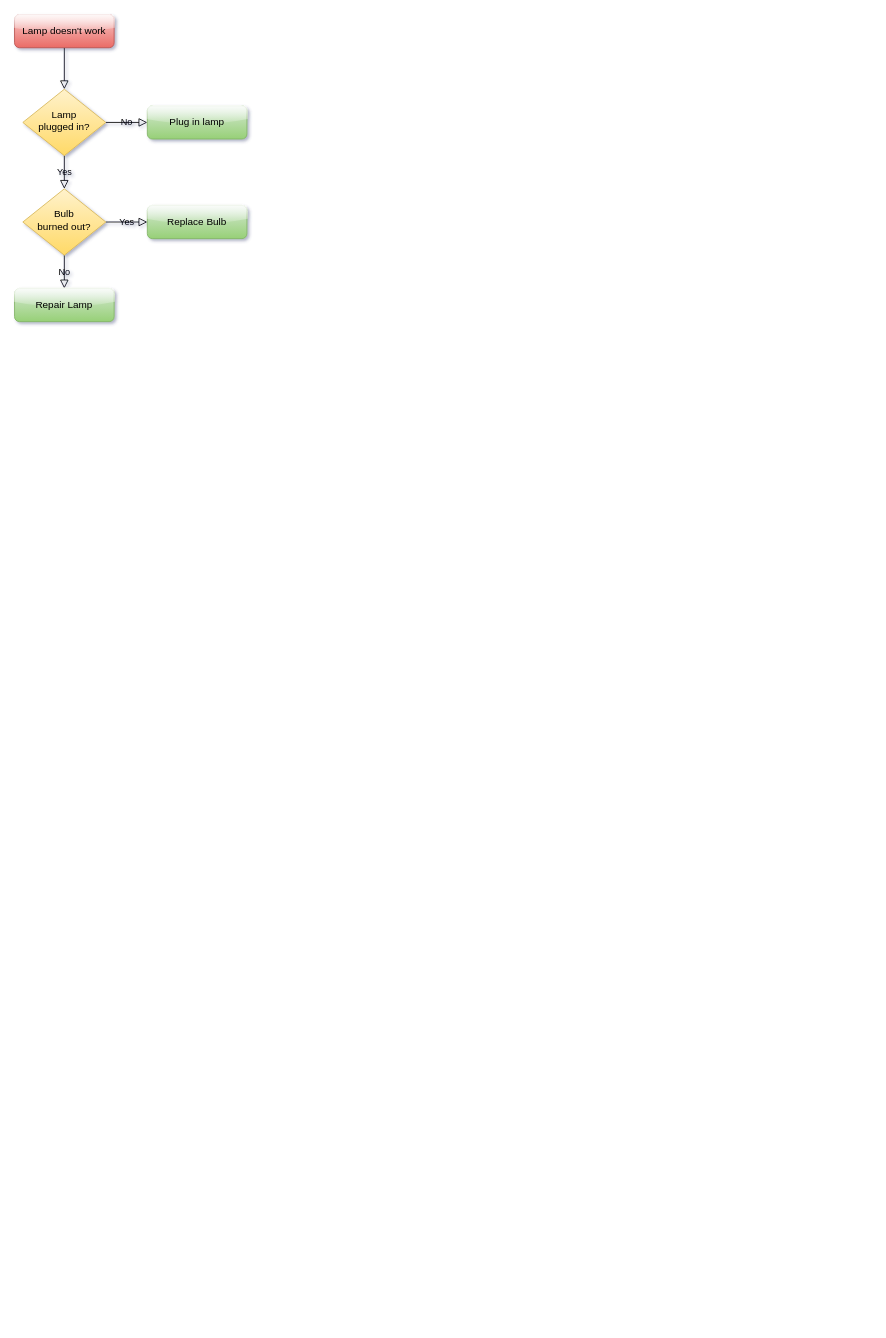
The draw.io diagram Untitled Diagram.drawio in Linkerist/drawio, before the edit. Source tidied: cells renumbered, new cells numbered last; positions are measured from the earlier drawing's top-left corner, leaving out a move shared by most shapes. Both pictures are drawn from the tidied source at 83%, with x=0, y=0 at pixel (14, 14).
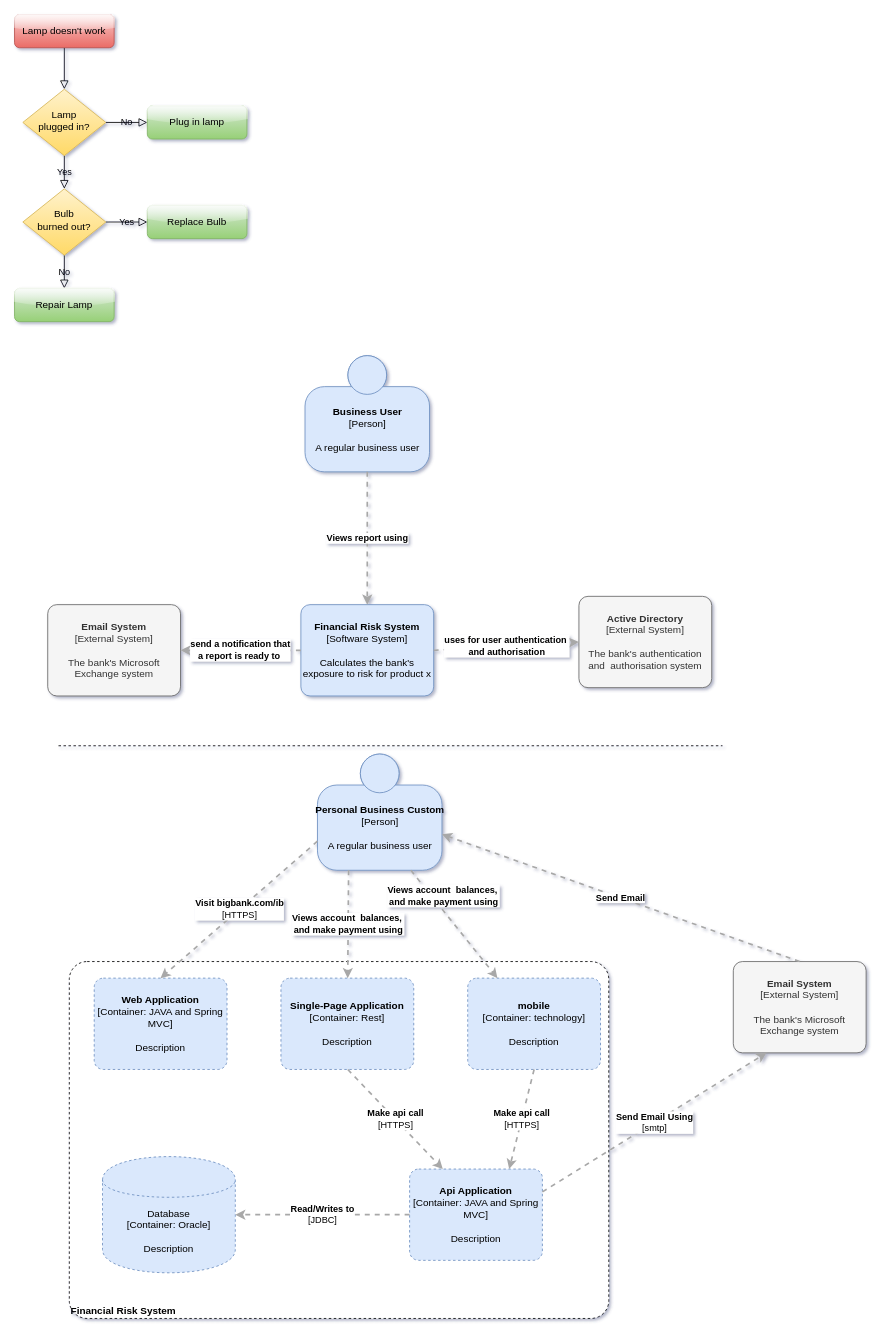
The same diagram, later.

The edit, as a diff of the source:
```diff
@@
+    <mxCell id="13" value="&lt;b&gt;Business User&lt;/b&gt;&lt;br&gt;&lt;div&gt;[Person]&lt;/div&gt;&lt;br&gt;&lt;div&gt;A regular business user&lt;/div&gt;" style="html=1;dashed=0;whitespace=wrap;fillColor=#DAE8FC;strokeColor=#6C8EBF;shape=mxgraph.c4.person;align=center;points=[[0.5,0,0],[1,0.5,0],[1,0.75,0],[0.75,1,0],[0.5,1,0],[0.25,1,0],[0,0.75,0],[0,0.5,0]];" parent="1" vertex="1">
+      <mxGeometry x="350" y="411" width="150" height="140" as="geometry" />
+    </mxCell>
+    <mxCell id="14" value="&lt;b&gt;Financial Risk System&lt;/b&gt;&lt;br&gt;&lt;div&gt;[Software System]&lt;/div&gt;&lt;br&gt;&lt;div&gt;Calculates the bank's exposure to risk for product x&lt;/div&gt;" style="rounded=1;whiteSpace=wrap;html=1;labelBackgroundColor=none;fillColor=#dae8fc;fontColor=#000000;align=center;arcSize=10;strokeColor=#6c8ebf;points=[[0.25,0,0],[0.5,0,0],[0.75,0,0],[1,0.25,0],[1,0.5,0],[1,0.75,0],[0.75,1,0],[0.5,1,0],[0.25,1,0],[0,0.75,0],[0,0.5,0],[0,0.25,0]];" parent="1" vertex="1">
+      <mxGeometry x="345" y="711" width="160" height="110" as="geometry" />
+    </mxCell>
+    <mxCell id="15" value="&lt;div style=&quot;text-align: left&quot;&gt;&lt;div style=&quot;text-align: center&quot;&gt;&lt;b&gt;Views report using&lt;/b&gt;&lt;/div&gt;&lt;/div&gt;" style="edgeStyle=none;rounded=0;html=1;entryX=0.5;entryY=0;jettySize=auto;strokeColor=#A8A8A8;strokeWidth=2;fontColor=#000000;jumpStyle=none;dashed=1;exitX=0.5;exitY=1;exitDx=0;exitDy=0;exitPerimeter=0;entryDx=0;entryDy=0;entryPerimeter=0;" parent="1" edge="1" source="13" target="14">
+      <mxGeometry relative="1" as="geometry" />
+    </mxCell>
+    <mxCell id="16" value="&lt;b&gt;Active Directory&lt;/b&gt;&lt;br&gt;&lt;div&gt;[External System]&lt;/div&gt;&lt;br&gt;&lt;div&gt;The bank's authentication and&amp;nbsp; authorisation system&lt;/div&gt;" style="rounded=1;whiteSpace=wrap;html=1;labelBackgroundColor=none;fillColor=#f5f5f5;fontColor=#333333;align=center;arcSize=10;strokeColor=#666666;points=[[0.25,0,0],[0.5,0,0],[0.75,0,0],[1,0.25,0],[1,0.5,0],[1,0.75,0],[0.75,1,0],[0.5,1,0],[0.25,1,0],[0,0.75,0],[0,0.5,0],[0,0.25,0]];" parent="1" vertex="1">
+      <mxGeometry x="680" y="701" width="160" height="110" as="geometry" />
+    </mxCell>
+    <mxCell id="17" value="&lt;div style=&quot;text-align: left&quot;&gt;&lt;div style=&quot;text-align: center&quot;&gt;&lt;b&gt;uses for user authentication&amp;nbsp;&lt;/b&gt;&lt;/div&gt;&lt;div style=&quot;text-align: center&quot;&gt;&lt;b&gt;and authorisation&lt;/b&gt;&lt;/div&gt;&lt;/div&gt;" style="edgeStyle=none;rounded=0;html=1;entryX=0;entryY=0.5;jettySize=auto;strokeColor=#A8A8A8;strokeWidth=2;fontColor=#000000;jumpStyle=none;dashed=1;exitX=1;exitY=0.5;exitDx=0;exitDy=0;exitPerimeter=0;entryDx=0;entryDy=0;entryPerimeter=0;" parent="1" edge="1" source="14" target="16">
+      <mxGeometry relative="1" as="geometry" />
+    </mxCell>
+    <mxCell id="18" value="&lt;b&gt;Email System&lt;/b&gt;&lt;br&gt;&lt;div&gt;[External System]&lt;/div&gt;&lt;br&gt;&lt;div&gt;The bank's Microsoft Exchange system&lt;/div&gt;" style="rounded=1;whiteSpace=wrap;html=1;labelBackgroundColor=none;fillColor=#f5f5f5;fontColor=#333333;align=center;arcSize=10;strokeColor=#666666;points=[[0.25,0,0],[0.5,0,0],[0.75,0,0],[1,0.25,0],[1,0.5,0],[1,0.75,0],[0.75,1,0],[0.5,1,0],[0.25,1,0],[0,0.75,0],[0,0.5,0],[0,0.25,0]];" parent="1" vertex="1">
+      <mxGeometry x="40" y="711" width="160" height="110" as="geometry" />
+    </mxCell>
+    <mxCell id="19" value="&lt;div style=&quot;text-align: left&quot;&gt;&lt;div style=&quot;text-align: center&quot;&gt;&lt;b&gt;send a notification that &lt;br&gt;a report is ready to&amp;nbsp;&lt;/b&gt;&lt;/div&gt;&lt;/div&gt;" style="edgeStyle=none;rounded=0;html=1;jettySize=auto;strokeColor=#A8A8A8;strokeWidth=2;fontColor=#000000;jumpStyle=none;dashed=1;exitX=0;exitY=0.5;exitDx=0;exitDy=0;exitPerimeter=0;" parent="1" edge="1" source="14" target="18">
+      <mxGeometry relative="1" as="geometry" />
+    </mxCell>
+    <mxCell id="20" style="endArrow=none;dashed=1;html=1;" parent="1" edge="1">
+      <mxGeometry relative="1" as="geometry">
+        <mxPoint x="53" y="881" as="sourcePoint" />
+        <mxPoint x="853" y="881" as="targetPoint" />
+      </mxGeometry>
+    </mxCell>
+    <mxCell id="21" value="&lt;b&gt;Personal Business Custom&lt;/b&gt;&lt;br&gt;&lt;div&gt;[Person]&lt;/div&gt;&lt;br&gt;&lt;div&gt;A regular business user&lt;/div&gt;" style="html=1;dashed=0;whitespace=wrap;fillColor=#DAE8FC;strokeColor=#6C8EBF;shape=mxgraph.c4.person;align=center;points=[[0.5,0,0],[1,0.5,0],[1,0.75,0],[0.75,1,0],[0.5,1,0],[0.25,1,0],[0,0.75,0],[0,0.5,0]];" parent="1" vertex="1">
+      <mxGeometry x="365" y="891" width="150" height="140" as="geometry" />
+    </mxCell>
+    <mxCell id="22" value="&lt;div style=&quot;text-align: left&quot;&gt;&lt;b style=&quot;text-align: center&quot;&gt;Financial Risk System&lt;/b&gt;&lt;br&gt;&lt;/div&gt;" style="rounded=1;whiteSpace=wrap;html=1;labelBackgroundColor=none;fillColor=#ffffff;fontColor=#000000;align=left;arcSize=5;strokeColor=#000000;verticalAlign=bottom;dashed=1;" parent="1" vertex="1">
+      <mxGeometry x="66" y="1141" width="650" height="430" as="geometry" />
+    </mxCell>
+    <mxCell id="23" value="&lt;div style=&quot;text-align: left&quot;&gt;&lt;div style=&quot;text-align: center&quot;&gt;&lt;b&gt;Views account&amp;nbsp; balances,&amp;nbsp;&lt;/b&gt;&lt;/div&gt;&lt;div style=&quot;text-align: center&quot;&gt;&lt;b&gt;and make payment using&lt;/b&gt;&lt;/div&gt;&lt;/div&gt;" style="edgeStyle=none;rounded=0;html=1;jettySize=auto;strokeColor=#A8A8A8;strokeWidth=2;fontColor=#000000;jumpStyle=none;dashed=1;exitX=0.25;exitY=1;exitDx=0;exitDy=0;exitPerimeter=0;" parent="1" edge="1" source="21" target="25">
+      <mxGeometry relative="1" as="geometry" />
+    </mxCell>
+    <mxCell id="24" value="&lt;b&gt;Web Application&lt;/b&gt;&lt;br&gt;&lt;div&gt;[Container:&amp;nbsp;&lt;span&gt;JAVA and Spring MVC&lt;/span&gt;&lt;span&gt;]&lt;/span&gt;&lt;/div&gt;&lt;br&gt;&lt;div&gt;Description&lt;/div&gt;" style="rounded=1;whiteSpace=wrap;html=1;labelBackgroundColor=none;fillColor=#dae8fc;fontColor=#000000;align=center;arcSize=10;strokeColor=#6c8ebf;points=[[0.25,0,0],[0.5,0,0],[0.75,0,0],[1,0.25,0],[1,0.5,0],[1,0.75,0],[0.75,1,0],[0.5,1,0],[0.25,1,0],[0,0.75,0],[0,0.5,0],[0,0.25,0]];dashed=1;" parent="1" vertex="1">
+      <mxGeometry x="96" y="1161" width="160" height="110" as="geometry" />
+    </mxCell>
+    <mxCell id="25" value="&lt;b&gt;Single-Page Application&lt;/b&gt;&lt;br&gt;&lt;div&gt;[Container: Rest&lt;span&gt;]&lt;/span&gt;&lt;/div&gt;&lt;br&gt;&lt;div&gt;Description&lt;/div&gt;" style="rounded=1;whiteSpace=wrap;html=1;labelBackgroundColor=none;fillColor=#dae8fc;fontColor=#000000;align=center;arcSize=10;strokeColor=#6c8ebf;points=[[0.25,0,0],[0.5,0,0],[0.75,0,0],[1,0.25,0],[1,0.5,0],[1,0.75,0],[0.75,1,0],[0.5,1,0],[0.25,1,0],[0,0.75,0],[0,0.5,0],[0,0.25,0]];dashed=1;" parent="1" vertex="1">
+      <mxGeometry x="321" y="1161" width="160" height="110" as="geometry" />
+    </mxCell>
+    <mxCell id="26" value="&lt;b&gt;mobile&lt;/b&gt;&lt;br&gt;&lt;div&gt;[Container:&amp;nbsp;&lt;span&gt;technology&lt;/span&gt;&lt;span&gt;]&lt;/span&gt;&lt;/div&gt;&lt;br&gt;&lt;div&gt;Description&lt;/div&gt;" style="rounded=1;whiteSpace=wrap;html=1;labelBackgroundColor=none;fillColor=#dae8fc;fontColor=#000000;align=center;arcSize=10;strokeColor=#6c8ebf;points=[[0.25,0,0],[0.5,0,0],[0.75,0,0],[1,0.25,0],[1,0.5,0],[1,0.75,0],[0.75,1,0],[0.5,1,0],[0.25,1,0],[0,0.75,0],[0,0.5,0],[0,0.25,0]];dashed=1;" parent="1" vertex="1">
+      <mxGeometry x="546" y="1161" width="160" height="110" as="geometry" />
+    </mxCell>
+    <mxCell id="27" value="&lt;b&gt;Api Application&lt;/b&gt;&lt;br&gt;&lt;div&gt;[Container:&amp;nbsp;&lt;span&gt;JAVA and Spring MVC&lt;/span&gt;&lt;span&gt;]&lt;/span&gt;&lt;/div&gt;&lt;br&gt;&lt;div&gt;Description&lt;/div&gt;" style="rounded=1;whiteSpace=wrap;html=1;labelBackgroundColor=none;fillColor=#dae8fc;fontColor=#000000;align=center;arcSize=10;strokeColor=#6c8ebf;points=[[0.25,0,0],[0.5,0,0],[0.75,0,0],[1,0.25,0],[1,0.5,0],[1,0.75,0],[0.75,1,0],[0.5,1,0],[0.25,1,0],[0,0.75,0],[0,0.5,0],[0,0.25,0]];dashed=1;" parent="1" vertex="1">
+      <mxGeometry x="476" y="1391" width="160" height="110" as="geometry" />
+    </mxCell>
+    <mxCell id="28" value="&lt;span&gt;Database&lt;/span&gt;&lt;div&gt;[Container: Oracle]&lt;/div&gt;&lt;br&gt;&lt;div&gt;Description&lt;/div&gt;" style="shape=cylinder;whiteSpace=wrap;html=1;boundedLbl=1;rounded=0;labelBackgroundColor=none;fillColor=#dae8fc;fontSize=12;fontColor=#000000;align=center;strokeColor=#6c8ebf;points=[[0.5,0,0],[1,0.25,0],[1,0.5,0],[1,0.75,0],[0.5,1,0],[0,0.75,0],[0,0.5,0],[0,0.25,0]];dashed=1;" parent="1" vertex="1">
+      <mxGeometry x="106" y="1376" width="160" height="140" as="geometry" />
+    </mxCell>
+    <mxCell id="29" value="&lt;b&gt;Email System&lt;/b&gt;&lt;br&gt;&lt;div&gt;[External System]&lt;/div&gt;&lt;br&gt;&lt;div&gt;The bank's Microsoft Exchange system&lt;/div&gt;" style="rounded=1;whiteSpace=wrap;html=1;labelBackgroundColor=none;fillColor=#f5f5f5;fontColor=#333333;align=center;arcSize=10;strokeColor=#666666;points=[[0.25,0,0],[0.5,0,0],[0.75,0,0],[1,0.25,0],[1,0.5,0],[1,0.75,0],[0.75,1,0],[0.5,1,0],[0.25,1,0],[0,0.75,0],[0,0.5,0],[0,0.25,0]];" parent="1" vertex="1">
+      <mxGeometry x="866" y="1141" width="160" height="110" as="geometry" />
+    </mxCell>
+    <mxCell id="30" value="&lt;div style=&quot;text-align: left&quot;&gt;&lt;div style=&quot;text-align: center&quot;&gt;&lt;b&gt;Visit bigbank.com/ib&lt;/b&gt;&lt;/div&gt;&lt;div style=&quot;text-align: center&quot;&gt;[HTTPS]&lt;/div&gt;&lt;/div&gt;" style="edgeStyle=none;rounded=0;html=1;entryX=0.5;entryY=0;jettySize=auto;strokeColor=#A8A8A8;strokeWidth=2;fontColor=#000000;jumpStyle=none;dashed=1;exitX=0;exitY=0.75;exitDx=0;exitDy=0;exitPerimeter=0;entryDx=0;entryDy=0;entryPerimeter=0;" parent="1" edge="1" source="21" target="24">
+      <mxGeometry relative="1" as="geometry" />
+    </mxCell>
+    <mxCell id="31" value="&lt;div style=&quot;text-align: left&quot;&gt;&lt;div style=&quot;text-align: center&quot;&gt;&lt;b&gt;Views account&amp;nbsp; balances,&amp;nbsp;&lt;/b&gt;&lt;/div&gt;&lt;div style=&quot;text-align: center&quot;&gt;&lt;b&gt;and make payment using&lt;/b&gt;&lt;/div&gt;&lt;/div&gt;" style="edgeStyle=none;rounded=0;html=1;jettySize=auto;strokeColor=#A8A8A8;strokeWidth=2;fontColor=#000000;jumpStyle=none;dashed=1;exitX=0.75;exitY=1;exitDx=0;exitDy=0;exitPerimeter=0;" parent="1" edge="1" source="21" target="26">
+      <mxGeometry x="-0.43" y="11" relative="1" as="geometry">
+        <mxPoint x="1" as="offset" />
+      </mxGeometry>
+    </mxCell>
+    <mxCell id="32" value="&lt;div style=&quot;text-align: left&quot;&gt;&lt;div style=&quot;text-align: center&quot;&gt;&lt;b&gt;Send Email&lt;/b&gt;&lt;/div&gt;&lt;/div&gt;" style="edgeStyle=none;rounded=0;html=1;jettySize=auto;strokeColor=#A8A8A8;strokeWidth=2;fontColor=#000000;jumpStyle=none;dashed=1;exitX=0.5;exitY=0;exitDx=0;exitDy=0;exitPerimeter=0;" parent="1" edge="1" source="29" target="21">
+      <mxGeometry relative="1" as="geometry" />
+    </mxCell>
+    <mxCell id="33" value="&lt;div style=&quot;text-align: left&quot;&gt;&lt;div style=&quot;text-align: center&quot;&gt;&lt;b&gt;Make api call&lt;/b&gt;&lt;/div&gt;&lt;div style=&quot;text-align: center&quot;&gt;[HTTPS]&lt;b&gt;&lt;br&gt;&lt;/b&gt;&lt;/div&gt;&lt;/div&gt;" style="edgeStyle=none;rounded=0;html=1;jettySize=auto;strokeColor=#A8A8A8;strokeWidth=2;fontColor=#000000;jumpStyle=none;dashed=1;exitX=0.25;exitY=1;exitDx=0;exitDy=0;exitPerimeter=0;entryX=0.25;entryY=0;entryDx=0;entryDy=0;entryPerimeter=0;" parent="1" edge="1" target="27">
+      <mxGeometry relative="1" as="geometry">
+        <mxPoint x="401.5" y="1271" as="sourcePoint" />
+      </mxGeometry>
+    </mxCell>
+    <mxCell id="34" value="&lt;div style=&quot;text-align: left&quot;&gt;&lt;div style=&quot;text-align: center&quot;&gt;&lt;b&gt;Make api call&lt;/b&gt;&lt;/div&gt;&lt;div style=&quot;text-align: center&quot;&gt;[HTTPS]&lt;b&gt;&lt;br&gt;&lt;/b&gt;&lt;/div&gt;&lt;/div&gt;" style="edgeStyle=none;rounded=0;html=1;jettySize=auto;strokeColor=#A8A8A8;strokeWidth=2;fontColor=#000000;jumpStyle=none;dashed=1;exitX=0.5;exitY=1;exitDx=0;exitDy=0;exitPerimeter=0;entryX=0.75;entryY=0;entryDx=0;entryDy=0;entryPerimeter=0;" parent="1" edge="1" source="26" target="27">
+      <mxGeometry relative="1" as="geometry" />
+    </mxCell>
+    <mxCell id="35" value="&lt;div style=&quot;text-align: left&quot;&gt;&lt;div style=&quot;text-align: center&quot;&gt;&lt;b&gt;Read/Writes to&lt;/b&gt;&lt;/div&gt;&lt;div style=&quot;text-align: center&quot;&gt;[JDBC]&lt;/div&gt;&lt;/div&gt;" style="edgeStyle=none;rounded=0;html=1;jettySize=auto;strokeColor=#A8A8A8;strokeWidth=2;fontColor=#000000;jumpStyle=none;dashed=1;exitX=0;exitY=0.5;exitDx=0;exitDy=0;exitPerimeter=0;" parent="1" edge="1" source="27" target="28">
+      <mxGeometry relative="1" as="geometry" />
+    </mxCell>
+    <mxCell id="36" value="&lt;div style=&quot;text-align: left&quot;&gt;&lt;div style=&quot;text-align: center&quot;&gt;&lt;b&gt;Send Email Using&lt;/b&gt;&lt;/div&gt;&lt;div style=&quot;text-align: center&quot;&gt;[smtp]&lt;/div&gt;&lt;/div&gt;" style="edgeStyle=none;rounded=0;html=1;entryX=0.25;entryY=1;jettySize=auto;strokeColor=#A8A8A8;strokeWidth=2;fontColor=#000000;jumpStyle=none;dashed=1;entryDx=0;entryDy=0;entryPerimeter=0;exitX=1;exitY=0.25;exitDx=0;exitDy=0;exitPerimeter=0;" parent="1" edge="1" source="27" target="29">
+      <mxGeometry relative="1" as="geometry" />
+    </mxCell>
```
